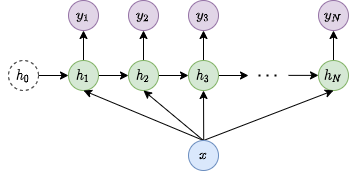
This is imgs/nlp-seq2seq-3.png from hxca/imgrepo, a draw.io export, as it was before one commit. Source tidied: cells renumbered, new cells last; positions are measured from the earlier drawing's top-left corner, leaving out a move shared by most shapes.
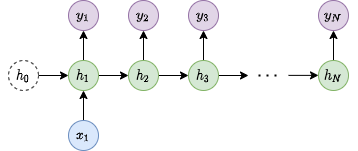
Above is the later version.

Change to the diagram source:
```diff
@@ -26,11 +26,11 @@
     <mxCell id="9" value="$$h_2$$" style="ellipse;whiteSpace=wrap;html=1;fillColor=#d5e8d4;strokeColor=#82b366;" parent="1" vertex="1">
       <mxGeometry x="120" y="60" width="30" height="30" as="geometry" />
     </mxCell>
-    <mxCell id="10" style="edgeStyle=orthogonalEdgeStyle;rounded=0;jettySize=auto;html=1;exitX=1;exitY=0.5;exitDx=0;exitDy=0;" parent="1" edge="1" source="12">
-      <mxGeometry relative="1" as="geometry">
-        <mxPoint x="240" y="75" as="targetPoint" />
-      </mxGeometry>
-    </mxCell>
+    <mxCell id="26" style="edgeStyle=orthogonalEdgeStyle;rounded=0;jettySize=auto;html=1;exitX=1;exitY=0.5;exitDx=0;exitDy=0;" parent="1" edge="1" source="12">
+      <mxGeometry relative="1" as="geometry">
+        <mxPoint x="240" y="75" as="targetPoint" />
+      </mxGeometry>
+    </mxCell>
     <mxCell id="11" style="edgeStyle=orthogonalEdgeStyle;rounded=0;jettySize=auto;html=1;entryX=0.5;entryY=1;entryDx=0;entryDy=0;" parent="1" edge="1" source="12" target="17">
       <mxGeometry relative="1" as="geometry" />
     </mxCell>
@@ -43,6 +43,12 @@
     <mxCell id="14" value="$$h_N$$" style="ellipse;whiteSpace=wrap;html=1;fillColor=#d5e8d4;strokeColor=#82b366;" parent="1" vertex="1">
       <mxGeometry x="310" y="60" width="30" height="30" as="geometry" />
     </mxCell>
+    <mxCell id="27" style="edgeStyle=orthogonalEdgeStyle;rounded=0;jettySize=auto;html=1;exitX=0.5;exitY=0;exitDx=0;exitDy=0;entryX=0.5;entryY=1;entryDx=0;entryDy=0;" parent="1" edge="1" source="28" target="6">
+      <mxGeometry relative="1" as="geometry" />
+    </mxCell>
+    <mxCell id="28" value="$$x_1$$" style="ellipse;whiteSpace=wrap;html=1;fillColor=#dae8fc;strokeColor=#6c8ebf;" parent="1" vertex="1">
+      <mxGeometry x="60" y="120" width="30" height="30" as="geometry" />
+    </mxCell>
     <mxCell id="15" value="$$y_2$$" style="ellipse;whiteSpace=wrap;html=1;fillColor=#e1d5e7;strokeColor=#9673a6;" parent="1" vertex="1">
       <mxGeometry x="120" width="30" height="30" as="geometry" />
     </mxCell>
@@ -52,35 +58,20 @@
     <mxCell id="17" value="$$y_3$$" style="ellipse;whiteSpace=wrap;html=1;fillColor=#e1d5e7;strokeColor=#9673a6;" parent="1" vertex="1">
       <mxGeometry x="180" width="30" height="30" as="geometry" />
     </mxCell>
-    <mxCell id="18" style="endArrow=none;dashed=1;html=1;dashPattern=1 3;strokeWidth=2;rounded=0;" parent="1" edge="1">
-      <mxGeometry relative="1" as="geometry">
-        <mxPoint x="250" y="74.9" as="sourcePoint" />
-        <mxPoint x="270" y="75" as="targetPoint" />
-      </mxGeometry>
-    </mxCell>
-    <mxCell id="19" style="edgeStyle=orthogonalEdgeStyle;rounded=0;orthogonalLoop=1;jettySize=auto;html=1;exitX=1;exitY=0.5;exitDx=0;exitDy=0;" parent="1" edge="1">
-      <mxGeometry relative="1" as="geometry">
-        <mxPoint x="280" y="74.9" as="sourcePoint" />
-        <mxPoint x="310" y="74.9" as="targetPoint" />
-      </mxGeometry>
-    </mxCell>
+    <mxCell id="29" style="endArrow=none;dashed=1;html=1;dashPattern=1 3;strokeWidth=2;rounded=0;" parent="1" edge="1">
+      <mxGeometry relative="1" as="geometry">
+        <mxPoint x="250" y="74.9" as="sourcePoint" />
+        <mxPoint x="270" y="75" as="targetPoint" />
+      </mxGeometry>
+    </mxCell>
+    <mxCell id="30" style="edgeStyle=orthogonalEdgeStyle;rounded=0;orthogonalLoop=1;jettySize=auto;html=1;exitX=1;exitY=0.5;exitDx=0;exitDy=0;" parent="1" edge="1">
+      <mxGeometry relative="1" as="geometry">
+        <mxPoint x="280" y="74.9" as="sourcePoint" />
+        <mxPoint x="310" y="74.9" as="targetPoint" />
+      </mxGeometry>
+    </mxCell>
     <mxCell id="20" value="$$y_N$$" style="ellipse;whiteSpace=wrap;html=1;fillColor=#e1d5e7;strokeColor=#9673a6;" parent="1" vertex="1">
       <mxGeometry x="310" width="30" height="30" as="geometry" />
     </mxCell>
-    <mxCell id="21" style="endArrow=classic;html=1;rounded=0;fontSize=16;entryX=0.5;entryY=1;entryDx=0;entryDy=0;exitX=0.5;exitY=0;exitDx=0;exitDy=0;" parent="1" edge="1" source="25" target="6">
-      <mxGeometry relative="1" as="geometry" />
-    </mxCell>
-    <mxCell id="22" style="endArrow=classic;html=1;rounded=0;fontSize=16;entryX=0.5;entryY=1;entryDx=0;entryDy=0;exitX=0.5;exitY=0;exitDx=0;exitDy=0;" parent="1" edge="1" source="25" target="9">
-      <mxGeometry relative="1" as="geometry" />
-    </mxCell>
-    <mxCell id="23" style="endArrow=classic;html=1;rounded=0;fontSize=16;entryX=0.5;entryY=1;entryDx=0;entryDy=0;exitX=0.507;exitY=-0.003;exitDx=0;exitDy=0;exitPerimeter=0;" parent="1" edge="1" source="25" target="12">
-      <mxGeometry relative="1" as="geometry" />
-    </mxCell>
-    <mxCell id="24" style="endArrow=classic;html=1;rounded=0;fontSize=16;exitX=0.5;exitY=0;exitDx=0;exitDy=0;entryX=0.5;entryY=1;entryDx=0;entryDy=0;" parent="1" edge="1" source="25" target="14">
-      <mxGeometry relative="1" as="geometry" />
-    </mxCell>
-    <mxCell id="25" value="$$x$$" style="ellipse;whiteSpace=wrap;html=1;fillColor=#dae8fc;strokeColor=#6c8ebf;" parent="1" vertex="1">
-      <mxGeometry x="180" y="140" width="30" height="30" as="geometry" />
-    </mxCell>
   </root>
 </mxGraphModel>
```
